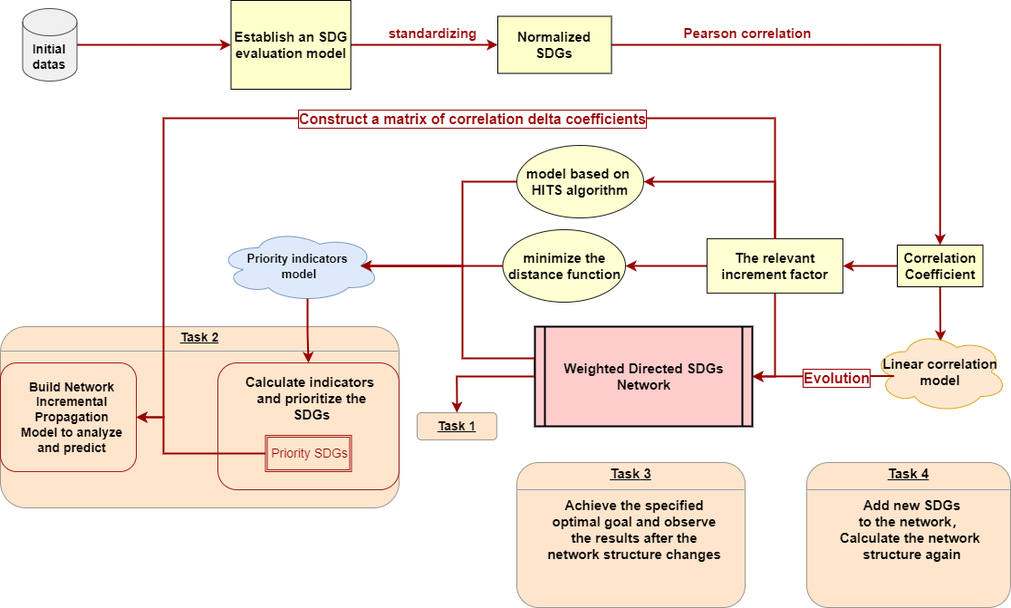
Before: 未命名绘图.drawio.png, a diagram exported from draw.io (JYbrucEupup/zip). Source tidied: cells renumbered, new cells last; positions are measured from the earlier drawing's top-left corner, leaving out a move shared by most shapes.
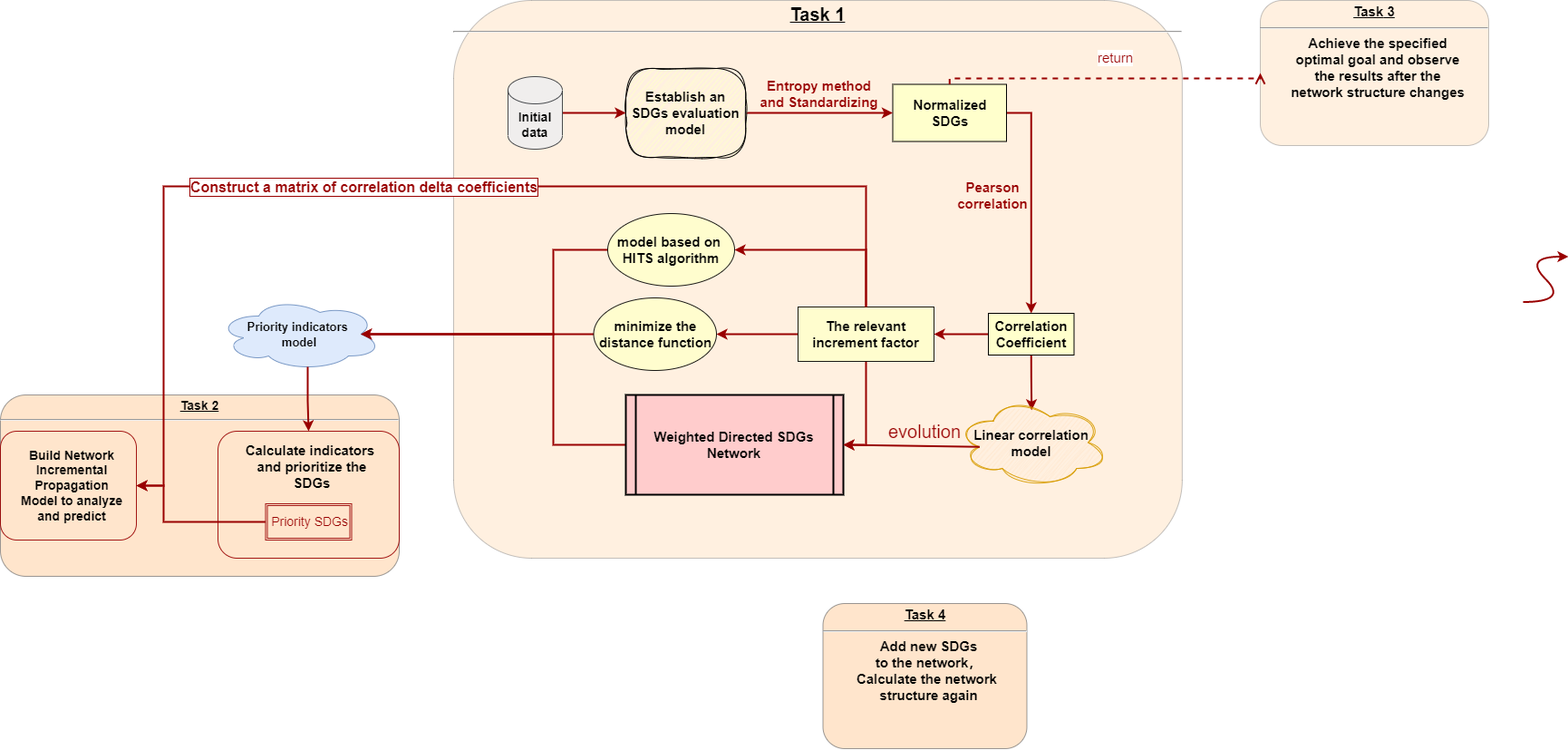
Above is the later version.

Commit message:
更新未命名绘图.drawio.png

Diff of the diagram source:
```diff
@@ -2,41 +2,40 @@
   <root>
     <mxCell id="0" />
     <mxCell id="1" parent="0" />
+    <mxCell id="35" value="&lt;p style=&quot;margin: 0px; margin-top: 4px; text-align: center; text-decoration: underline;&quot;&gt;&lt;strong&gt;&lt;font style=&quot;font-size: 20px;&quot;&gt;Task 1&lt;/font&gt;&lt;br&gt;&lt;/strong&gt;&lt;/p&gt;&lt;hr&gt;&lt;p style=&quot;margin: 0px 0px 0px 8px; font-size: 15px;&quot;&gt;&lt;br&gt;&lt;/p&gt;" style="verticalAlign=middle;align=center;overflow=fill;fontSize=12;fontFamily=Helvetica;html=1;rounded=1;fontStyle=1;strokeWidth=1;fillColor=#ffcc99;arcSize=14;opacity=30;strokeColor=#36393d;" parent="1" vertex="1">
+      <mxGeometry x="400" y="-75" width="803.9" height="615" as="geometry" />
+    </mxCell>
     <mxCell id="2" style="edgeStyle=orthogonalEdgeStyle;rounded=0;jettySize=auto;html=1;exitX=1;exitY=0.5;exitDx=0;exitDy=0;entryX=0.5;entryY=0;entryDx=0;entryDy=0;strokeColor=#990000;strokeWidth=2;fontSize=13;fontColor=#990000;" parent="1" edge="1" source="3" target="14">
       <mxGeometry relative="1" as="geometry" />
     </mxCell>
     <mxCell id="3" value="Normalized SDGs" style="whiteSpace=wrap;align=center;verticalAlign=middle;fontStyle=1;strokeWidth=1;fillColor=#FFFFCC;horizontal=1;strokeColor=default;fontSize=15;" parent="1" vertex="1">
-      <mxGeometry x="549" y="17.5" width="125.5" height="63" as="geometry" />
+      <mxGeometry x="884.5" y="17.5" width="125.5" height="63" as="geometry" />
     </mxCell>
     <mxCell id="4" style="edgeStyle=orthogonalEdgeStyle;rounded=0;jettySize=auto;html=1;exitX=1;exitY=0.5;exitDx=0;exitDy=0;entryX=0;entryY=0.5;entryDx=0;entryDy=0;strokeColor=#990000;strokeWidth=2;fontColor=#990000;" parent="1" edge="1" source="5" target="3">
       <mxGeometry relative="1" as="geometry" />
     </mxCell>
-    <mxCell id="5" value="Establish an SDG evaluation model" style="whiteSpace=wrap;align=center;verticalAlign=middle;fontStyle=1;strokeWidth=1;fillColor=#FFFFCC;fontSize=15;labelBackgroundColor=none;labelBorderColor=none;" parent="1" vertex="1">
-      <mxGeometry x="254.5" width="132.2" height="98" as="geometry" />
+    <mxCell id="5" value="Establish an SDGs evaluation model" style="whiteSpace=wrap;align=center;verticalAlign=middle;fontStyle=1;strokeWidth=1;fillColor=#FFFFCC;fontSize=15;labelBackgroundColor=none;labelBorderColor=none;rounded=1;arcSize=33;sketch=1;curveFitting=1;jiggle=2;" parent="1" vertex="1">
+      <mxGeometry x="590" width="132.2" height="98" as="geometry" />
     </mxCell>
     <mxCell id="6" style="edgeStyle=orthogonalEdgeStyle;rounded=0;jettySize=auto;html=1;exitX=0;exitY=0.5;exitDx=0;exitDy=0;strokeColor=#990000;strokeWidth=2;fontSize=13;fontColor=#990000;entryX=0.875;entryY=0.5;entryDx=0;entryDy=0;entryPerimeter=0;" parent="1" edge="1" source="8" target="24">
       <mxGeometry relative="1" as="geometry">
         <Array as="points">
-          <mxPoint x="590" y="395" />
-          <mxPoint x="510" y="395" />
+          <mxPoint x="510" y="415" />
           <mxPoint x="510" y="293" />
         </Array>
       </mxGeometry>
     </mxCell>
-    <mxCell id="7" style="edgeStyle=orthogonalEdgeStyle;rounded=0;jettySize=auto;html=1;exitX=0;exitY=0.5;exitDx=0;exitDy=0;entryX=0.5;entryY=0;entryDx=0;entryDy=0;strokeColor=#990000;strokeWidth=2;fontSize=10;fontColor=#990000;" parent="1" edge="1" source="8" target="35">
-      <mxGeometry relative="1" as="geometry" />
-    </mxCell>
     <mxCell id="8" value="Weighted Directed SDGs Network" style="shape=process;whiteSpace=wrap;align=center;verticalAlign=middle;size=0.0475;fontStyle=1;strokeWidth=2;fillColor=#FFCCCC;fontSize=15;" parent="1" vertex="1">
       <mxGeometry x="590" y="360" width="240" height="110" as="geometry" />
     </mxCell>
-    <mxCell id="9" value="&lt;p style=&quot;margin: 4px 0px 0px; text-align: center; font-size: 15px;&quot;&gt;&lt;strong style=&quot;&quot;&gt;&lt;font style=&quot;font-size: 15px;&quot;&gt;&lt;u style=&quot;&quot;&gt;&lt;strong style=&quot;&quot;&gt;Task&lt;/strong&gt; 3&lt;/u&gt;&lt;br&gt;&lt;/font&gt;&lt;/strong&gt;&lt;/p&gt;&lt;hr style=&quot;font-size: 15px;&quot;&gt;&lt;p style=&quot;margin: 0px 0px 0px 8px; font-size: 15px;&quot;&gt;&lt;font style=&quot;font-size: 15px;&quot;&gt;Achieve the specified&lt;/font&gt;&lt;/p&gt;&lt;p style=&quot;margin: 0px 0px 0px 8px; font-size: 15px;&quot;&gt;&lt;font style=&quot;font-size: 15px;&quot;&gt;optimal goal and observe&lt;/font&gt;&lt;/p&gt;&lt;p style=&quot;margin: 0px 0px 0px 8px; font-size: 15px;&quot;&gt;&lt;font style=&quot;font-size: 15px;&quot;&gt;the results after the&lt;/font&gt;&lt;/p&gt;&lt;p style=&quot;margin: 0px 0px 0px 8px; font-size: 15px;&quot;&gt;&lt;font style=&quot;font-size: 15px;&quot;&gt;network structure changes&lt;/font&gt;&lt;/p&gt;" style="verticalAlign=middle;align=center;overflow=fill;fontSize=12;fontFamily=Helvetica;html=1;rounded=1;fontStyle=1;strokeWidth=1;fillColor=#ffcc99;opacity=50;strokeColor=#36393d;" parent="1" vertex="1">
-      <mxGeometry x="570" y="510" width="252" height="160" as="geometry" />
+    <mxCell id="9" value="&lt;p style=&quot;margin: 4px 0px 0px; text-align: center; font-size: 15px;&quot;&gt;&lt;strong style=&quot;&quot;&gt;&lt;font style=&quot;font-size: 15px;&quot;&gt;&lt;u style=&quot;&quot;&gt;&lt;strong style=&quot;&quot;&gt;Task&lt;/strong&gt; 3&lt;/u&gt;&lt;br&gt;&lt;/font&gt;&lt;/strong&gt;&lt;/p&gt;&lt;hr style=&quot;font-size: 15px;&quot;&gt;&lt;p style=&quot;margin: 0px 0px 0px 8px; font-size: 15px;&quot;&gt;&lt;font style=&quot;font-size: 15px;&quot;&gt;Achieve the specified&lt;/font&gt;&lt;/p&gt;&lt;p style=&quot;margin: 0px 0px 0px 8px; font-size: 15px;&quot;&gt;&lt;font style=&quot;font-size: 15px;&quot;&gt;optimal goal and observe&lt;/font&gt;&lt;/p&gt;&lt;p style=&quot;margin: 0px 0px 0px 8px; font-size: 15px;&quot;&gt;&lt;font style=&quot;font-size: 15px;&quot;&gt;the results after the&lt;/font&gt;&lt;/p&gt;&lt;p style=&quot;margin: 0px 0px 0px 8px; font-size: 15px;&quot;&gt;&lt;font style=&quot;font-size: 15px;&quot;&gt;network structure changes&lt;/font&gt;&lt;/p&gt;" style="verticalAlign=middle;align=center;overflow=fill;fontSize=12;fontFamily=Helvetica;html=1;rounded=1;fontStyle=1;strokeWidth=1;fillColor=#ffcc99;opacity=30;strokeColor=#36393d;" parent="1" vertex="1">
+      <mxGeometry x="1290" y="-75" width="252" height="160" as="geometry" />
     </mxCell>
     <mxCell id="10" value="&lt;p style=&quot;margin: 4px 0px 0px; text-align: center; text-decoration: underline; font-size: 15px;&quot;&gt;&lt;strong style=&quot;&quot;&gt;&lt;font style=&quot;font-size: 15px;&quot;&gt;Task 4&lt;br&gt;&lt;/font&gt;&lt;/strong&gt;&lt;/p&gt;&lt;hr style=&quot;font-size: 15px;&quot;&gt;&lt;p style=&quot;margin: 0px 0px 0px 8px; font-size: 15px;&quot;&gt;&lt;font style=&quot;font-size: 15px;&quot;&gt;Add new SDGs&lt;/font&gt;&lt;/p&gt;&lt;p style=&quot;margin: 0px 0px 0px 8px; font-size: 15px;&quot;&gt;&lt;font style=&quot;font-size: 15px;&quot;&gt;to the network，&lt;/font&gt;&lt;/p&gt;&lt;p style=&quot;margin: 0px 0px 0px 8px; font-size: 15px;&quot;&gt;&lt;font style=&quot;font-size: 15px;&quot;&gt;Calculate the network&amp;nbsp;&lt;/font&gt;&lt;/p&gt;&lt;p style=&quot;margin: 0px 0px 0px 8px; font-size: 15px;&quot;&gt;&lt;font style=&quot;font-size: 15px;&quot;&gt;structure again&lt;/font&gt;&lt;/p&gt;" style="verticalAlign=middle;align=center;overflow=fill;fontSize=12;fontFamily=Helvetica;html=1;rounded=1;fontStyle=1;strokeWidth=1;fillColor=#ffcc99;opacity=50;strokeColor=#36393d;" parent="1" vertex="1">
-      <mxGeometry x="890" y="510" width="225" height="160" as="geometry" />
+      <mxGeometry x="807.5" y="590" width="225" height="160" as="geometry" />
     </mxCell>
-    <mxCell id="11" value="standardizing" style="text;spacingTop=-5;align=center;fontColor=#990000;fontSize=15;fontStyle=1;" parent="1" vertex="1">
-      <mxGeometry x="462.5" y="26" width="30" height="20" as="geometry" />
+    <mxCell id="11" value="Entropy method &#10;and Standardizing" style="text;spacingTop=-5;align=center;fontColor=#990000;fontSize=15;fontStyle=1;" parent="1" vertex="1">
+      <mxGeometry x="786.9" y="9" width="33.1" height="20" as="geometry" />
     </mxCell>
     <mxCell id="12" style="edgeStyle=orthogonalEdgeStyle;rounded=0;jettySize=auto;html=1;exitX=0.5;exitY=1;exitDx=0;exitDy=0;entryX=0.503;entryY=0.125;entryDx=0;entryDy=0;entryPerimeter=0;strokeColor=#990000;strokeWidth=2;fontSize=13;fontColor=#990000;" parent="1" edge="1" source="14" target="15">
       <mxGeometry relative="1" as="geometry" />
@@ -47,8 +46,8 @@
     <mxCell id="14" value="Correlation Coefficient" style="whiteSpace=wrap;align=center;verticalAlign=middle;fontStyle=1;strokeWidth=1;fillColor=#FFFFCC;horizontal=1;strokeColor=default;fontSize=15;" parent="1" vertex="1">
       <mxGeometry x="990" y="270" width="94.5" height="46" as="geometry" />
     </mxCell>
-    <mxCell id="15" value="&lt;b&gt;&lt;font style=&quot;font-size: 15px;&quot;&gt;Linear correlation model&lt;/font&gt;&lt;/b&gt;" style="ellipse;shape=cloud;whiteSpace=wrap;html=1;strokeWidth=1;fontSize=13;opacity=90;fillColor=#ffe6cc;strokeColor=#d79b00;" parent="1" vertex="1">
-      <mxGeometry x="962.7" y="365" width="149.1" height="90" as="geometry" />
+    <mxCell id="15" value="&lt;b&gt;&lt;font style=&quot;font-size: 15px;&quot;&gt;Linear correlation model&lt;/font&gt;&lt;/b&gt;" style="ellipse;shape=cloud;whiteSpace=wrap;html=1;strokeWidth=1;fontSize=13;opacity=90;fillColor=#ffe6cc;strokeColor=#d79b00;sketch=1;curveFitting=1;jiggle=2;" parent="1" vertex="1">
+      <mxGeometry x="953.6" y="365" width="167.3" height="95" as="geometry" />
     </mxCell>
     <mxCell id="16" style="edgeStyle=orthogonalEdgeStyle;rounded=0;jettySize=auto;html=1;exitX=0.5;exitY=1;exitDx=0;exitDy=0;entryX=1;entryY=0.5;entryDx=0;entryDy=0;strokeColor=#990000;strokeWidth=2;fontSize=13;fontColor=#000000;" parent="1" edge="1" source="19" target="8">
       <mxGeometry relative="1" as="geometry" />
@@ -71,39 +70,34 @@
     <mxCell id="22" style="endArrow=classic;html=1;rounded=0;strokeColor=#990000;strokeWidth=2;fontSize=13;fontColor=#000000;entryX=1;entryY=0.5;entryDx=0;entryDy=0;exitX=0.16;exitY=0.55;exitDx=0;exitDy=0;exitPerimeter=0;fontStyle=1;" parent="1" edge="1" source="15" target="8">
       <mxGeometry relative="1" as="geometry" />
     </mxCell>
-    <mxCell id="23" value="&lt;font style=&quot;font-size: 16px;&quot;&gt;&lt;b&gt;Evolution&lt;/b&gt;&lt;/font&gt;" style="edgeLabel;html=1;align=center;verticalAlign=middle;labelBackgroundColor=default;labelBorderColor=#990000;strokeColor=#000000;strokeWidth=1;fontSize=16;fontColor=#990000;fillColor=#FFFFCC;opacity=90;spacing=2;spacingTop=0;" parent="22" vertex="1">
-      <mxGeometry relative="1" as="geometry">
-        <mxPoint x="14" y="1" as="offset" />
-      </mxGeometry>
-    </mxCell>
     <mxCell id="24" value="&lt;font style=&quot;font-size: 13px;&quot;&gt;&lt;b&gt;Priority&amp;nbsp;indicators&amp;nbsp;&lt;br&gt;model&lt;/b&gt;&lt;/font&gt;" style="ellipse;shape=cloud;whiteSpace=wrap;html=1;labelBackgroundColor=none;labelBorderColor=none;strokeColor=#6c8ebf;strokeWidth=1;fontSize=14;fillColor=#dae8fc;opacity=90;" parent="1" vertex="1">
-      <mxGeometry x="240" y="253" width="180" height="80" as="geometry" />
+      <mxGeometry x="140" y="253" width="180" height="80" as="geometry" />
     </mxCell>
     <mxCell id="25" style="edgeStyle=orthogonalEdgeStyle;rounded=0;jettySize=auto;html=1;exitX=1;exitY=0.5;exitDx=0;exitDy=0;exitPerimeter=0;entryX=0;entryY=0.5;entryDx=0;entryDy=0;strokeColor=#990000;strokeWidth=2;fontSize=14;fontColor=#990000;" parent="1" edge="1" source="26" target="5">
       <mxGeometry relative="1" as="geometry" />
     </mxCell>
-    <mxCell id="26" value="&lt;font style=&quot;font-size: 14px;&quot;&gt;&lt;b&gt;Initial datas&lt;/b&gt;&lt;/font&gt;" style="shape=cylinder3;whiteSpace=wrap;html=1;boundedLbl=1;backgroundOutline=1;size=15;labelBackgroundColor=none;labelBorderColor=none;strokeColor=#36393d;strokeWidth=1;fontSize=13;fillColor=#eeeeee;opacity=90;" parent="1" vertex="1">
-      <mxGeometry x="24.5" y="9" width="60" height="80" as="geometry" />
+    <mxCell id="26" value="&lt;font style=&quot;font-size: 14px;&quot;&gt;&lt;b&gt;Initial data&lt;/b&gt;&lt;/font&gt;" style="shape=cylinder3;whiteSpace=wrap;html=1;boundedLbl=1;backgroundOutline=1;size=15;labelBackgroundColor=none;labelBorderColor=none;strokeColor=#36393d;strokeWidth=1;fontSize=13;fillColor=#eeeeee;opacity=90;" parent="1" vertex="1">
+      <mxGeometry x="460" y="9" width="60" height="80" as="geometry" />
     </mxCell>
     <mxCell id="27" value="&lt;p style=&quot;margin: 0px; margin-top: 4px; text-align: center; text-decoration: underline;&quot;&gt;&lt;strong&gt;&lt;font style=&quot;font-size: 14px;&quot;&gt;Task 2&lt;/font&gt;&lt;br&gt;&lt;/strong&gt;&lt;/p&gt;&lt;hr&gt;&lt;p style=&quot;margin: 0px 0px 0px 8px; font-size: 15px;&quot;&gt;&lt;br&gt;&lt;/p&gt;" style="verticalAlign=middle;align=center;overflow=fill;fontSize=12;fontFamily=Helvetica;html=1;rounded=1;fontStyle=1;strokeWidth=1;fillColor=#ffcc99;arcSize=14;opacity=50;strokeColor=#36393d;" parent="1" vertex="1">
-      <mxGeometry y="360" width="440" height="200" as="geometry" />
+      <mxGeometry x="-100" y="360" width="440" height="200" as="geometry" />
     </mxCell>
     <mxCell id="28" value="&lt;p style=&quot;border-color: var(--border-color); margin: 0px 0px 0px 8px;&quot;&gt;&lt;font style=&quot;&quot; color=&quot;#000000&quot;&gt;&lt;b&gt;Build Network Incremental Propagation Model&amp;nbsp;to analyze and predict&lt;/b&gt;&lt;/font&gt;&lt;br&gt;&lt;/p&gt;" style="rounded=1;whiteSpace=wrap;html=1;labelBackgroundColor=none;labelBorderColor=none;strokeColor=#990000;strokeWidth=1;fontSize=14;fontColor=#990000;fillColor=none;opacity=90;" parent="1" vertex="1">
-      <mxGeometry y="400" width="150" height="120" as="geometry" />
+      <mxGeometry x="-100" y="400" width="150" height="120" as="geometry" />
     </mxCell>
     <mxCell id="29" value="&lt;p style=&quot;border-color: var(--border-color); color: rgb(0, 0, 0); font-weight: 700; margin: 0px 0px 0px 8px; font-size: 15px;&quot;&gt;&lt;br&gt;&lt;/p&gt;" style="rounded=1;whiteSpace=wrap;html=1;labelBackgroundColor=none;labelBorderColor=none;strokeColor=#990000;strokeWidth=1;fontSize=14;fontColor=#990000;fillColor=none;opacity=90;" parent="1" vertex="1">
-      <mxGeometry x="240" y="400" width="200" height="140" as="geometry" />
+      <mxGeometry x="140" y="400" width="200" height="140" as="geometry" />
     </mxCell>
     <mxCell id="30" style="edgeStyle=orthogonalEdgeStyle;rounded=0;jettySize=auto;html=1;exitX=0;exitY=0.5;exitDx=0;exitDy=0;entryX=1;entryY=0.5;entryDx=0;entryDy=0;strokeColor=#990000;strokeWidth=2;fontSize=14;fontColor=#990000;" parent="1" edge="1" source="31" target="28">
       <mxGeometry relative="1" as="geometry">
         <Array as="points">
-          <mxPoint x="180" y="500" />
-          <mxPoint x="180" y="460" />
+          <mxPoint x="80" y="500" />
+          <mxPoint x="80" y="460" />
         </Array>
       </mxGeometry>
     </mxCell>
     <mxCell id="31" value="Priority SDGs" style="shape=ext;double=1;rounded=0;whiteSpace=wrap;html=1;labelBackgroundColor=none;labelBorderColor=none;strokeColor=#990000;strokeWidth=1;fontSize=14;fontColor=#990000;fillColor=none;opacity=90;align=right;" parent="1" vertex="1">
-      <mxGeometry x="292.5" y="480" width="95" height="40" as="geometry" />
+      <mxGeometry x="192.5" y="480" width="95" height="40" as="geometry" />
     </mxCell>
     <mxCell id="32" style="edgeStyle=orthogonalEdgeStyle;rounded=0;jettySize=auto;html=1;exitX=0.55;exitY=0.95;exitDx=0;exitDy=0;exitPerimeter=0;strokeColor=#990000;strokeWidth=2;fontSize=14;fontColor=#990000;entryX=0.5;entryY=0;entryDx=0;entryDy=0;" parent="1" edge="1" source="24" target="29">
       <mxGeometry relative="1" as="geometry" />
@@ -113,21 +107,18 @@
         <Array as="points">
           <mxPoint x="855" y="130" />
           <mxPoint x="610" y="130" />
-          <mxPoint x="180" y="130" />
-          <mxPoint x="180" y="460" />
+          <mxPoint x="80" y="130" />
+          <mxPoint x="80" y="460" />
         </Array>
       </mxGeometry>
     </mxCell>
     <mxCell id="34" value="&lt;b&gt;Construct a matrix of correlation delta coefficients&lt;/b&gt;" style="edgeLabel;html=1;align=center;verticalAlign=middle;labelBackgroundColor=default;labelBorderColor=#990000;strokeColor=#000000;strokeWidth=1;fontSize=16;fontColor=#990000;fillColor=#FFFFCC;opacity=90;spacing=2;spacingTop=0;" parent="33" vertex="1">
       <mxGeometry relative="1" as="geometry">
-        <mxPoint x="116" as="offset" />
+        <mxPoint x="-53" as="offset" />
       </mxGeometry>
     </mxCell>
-    <mxCell id="35" value="&lt;font style=&quot;border-color: var(--border-color); font-weight: 700; text-decoration-line: underline;&quot;&gt;Task 1&lt;/font&gt;" style="rounded=1;whiteSpace=wrap;html=1;labelBackgroundColor=none;labelBorderColor=none;strokeColor=#36393d;strokeWidth=1;fontSize=14;fillColor=#ffcc99;opacity=50;" parent="1" vertex="1">
-      <mxGeometry x="460" y="455" width="87.9" height="30" as="geometry" />
-    </mxCell>
-    <mxCell id="36" value="&lt;font style=&quot;font-size: 15px;&quot;&gt;Pearson correlation&lt;/font&gt;" style="whiteSpace=wrap;html=1;fillColor=none;strokeColor=none;fontColor=#990000;fontStyle=1;fontSize=13;" parent="1" vertex="1">
-      <mxGeometry x="735" y="26" width="180" height="20" as="geometry" />
+    <mxCell id="36" value="&lt;font style=&quot;font-size: 15px;&quot;&gt;Pearson &lt;br&gt;correlation&lt;/font&gt;" style="whiteSpace=wrap;html=1;fillColor=none;strokeColor=none;fontColor=#990000;fontStyle=1;fontSize=15;" parent="1" vertex="1">
+      <mxGeometry x="904.5" y="130" width="180" height="20" as="geometry" />
     </mxCell>
     <mxCell id="37" style="edgeStyle=orthogonalEdgeStyle;rounded=0;jettySize=auto;html=1;exitX=0;exitY=0.5;exitDx=0;exitDy=0;entryX=0.875;entryY=0.5;entryDx=0;entryDy=0;entryPerimeter=0;strokeColor=#990000;strokeWidth=2;fontSize=13;fontColor=#990000;" parent="1" edge="1" source="38" target="24">
       <mxGeometry relative="1" as="geometry">
@@ -141,7 +132,23 @@
       <mxGeometry x="570" y="160" width="140" height="80" as="geometry" />
     </mxCell>
     <mxCell id="39" value="&lt;font style=&quot;font-size: 15px;&quot;&gt;&lt;b&gt;&lt;br&gt;&lt;/b&gt;&lt;/font&gt;&lt;p style=&quot;border-color: var(--border-color); color: rgb(0, 0, 0); margin: 0px 0px 0px 8px; font-size: 15px;&quot;&gt;&lt;font style=&quot;border-color: var(--border-color); font-size: 15px;&quot;&gt;&lt;b&gt;Calculate indicators&amp;nbsp;&lt;/b&gt;&lt;/font&gt;&lt;/p&gt;&lt;p style=&quot;border-color: var(--border-color); color: rgb(0, 0, 0); margin: 0px 0px 0px 8px; font-size: 15px;&quot;&gt;&lt;font style=&quot;border-color: var(--border-color); font-size: 15px;&quot;&gt;&lt;b&gt;and prioritize the SDGs&lt;/b&gt;&lt;/font&gt;&lt;/p&gt;" style="rounded=0;whiteSpace=wrap;html=1;labelBackgroundColor=none;labelBorderColor=none;strokeColor=none;strokeWidth=1;fontSize=13;fontColor=#990000;fillColor=none;gradientColor=none;" parent="1" vertex="1">
-      <mxGeometry x="260" y="400" width="160" height="60" as="geometry" />
+      <mxGeometry x="160" y="400" width="160" height="60" as="geometry" />
     </mxCell>
+    <mxCell id="40" value="&lt;font color=&quot;#990000&quot;&gt;evolution&lt;/font&gt;" style="rounded=0;whiteSpace=wrap;html=1;shadow=0;glass=0;labelBackgroundColor=none;labelBorderColor=none;strokeWidth=1;fontSize=20;arcSize=50;opacity=0;" parent="1" vertex="1">
+      <mxGeometry x="860" y="370" width="120" height="60" as="geometry" />
+    </mxCell>
+    <mxCell id="41" style="curved=1;endArrow=classic;html=1;rounded=0;strokeColor=#990000;strokeWidth=2;fontSize=15;fontColor=#990000;" parent="1" edge="1">
+      <mxGeometry relative="1" as="geometry">
+        <mxPoint x="1580" y="257.5" as="sourcePoint" />
+        <mxPoint x="1630" y="207.5" as="targetPoint" />
+        <Array as="points">
+          <mxPoint x="1630" y="257.5" />
+          <mxPoint x="1580" y="207.5" />
+        </Array>
+      </mxGeometry>
+    </mxCell>
+    <mxCell id="42" value="return" style="html=1;verticalAlign=bottom;endArrow=open;dashed=1;endSize=8;edgeStyle=elbowEdgeStyle;elbow=vertical;curved=0;rounded=0;strokeColor=#990000;strokeWidth=2;fontSize=15;fontColor=#990000;exitX=0.5;exitY=0;exitDx=0;exitDy=0;entryX=0;entryY=0.5;entryDx=0;entryDy=0;" parent="1" edge="1" source="3" target="9">
+      <mxGeometry x="0.06" y="11" relative="1" as="geometry" />
+    </mxCell>
   </root>
 </mxGraphModel>
```
